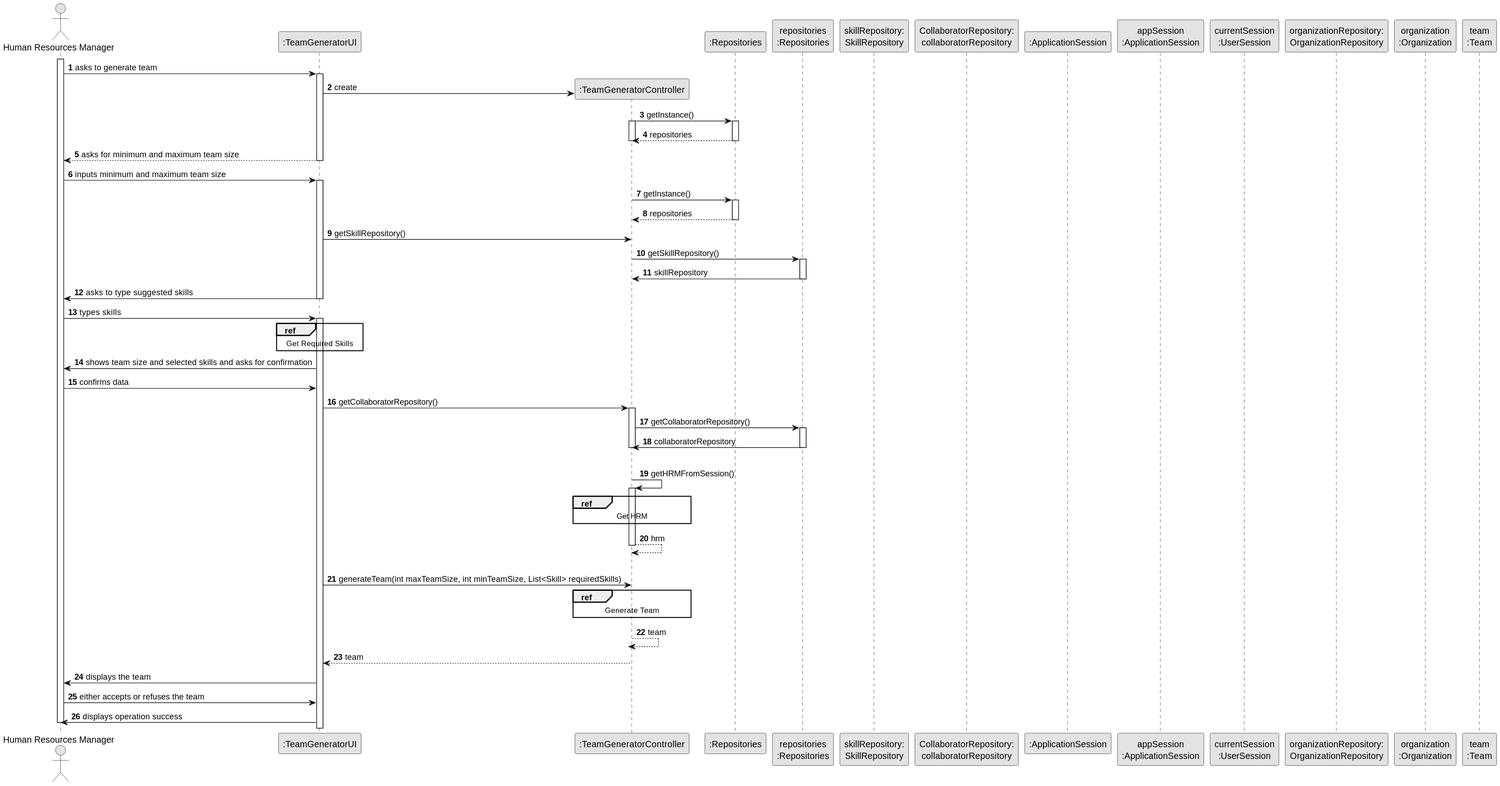
Before: docs/sprint3/us005/03.design/svg/us005-sequence-diagram-split.svg, a diagram exported from PlantUML (tiagosoa/lei-24-s2-1dgh-g073).
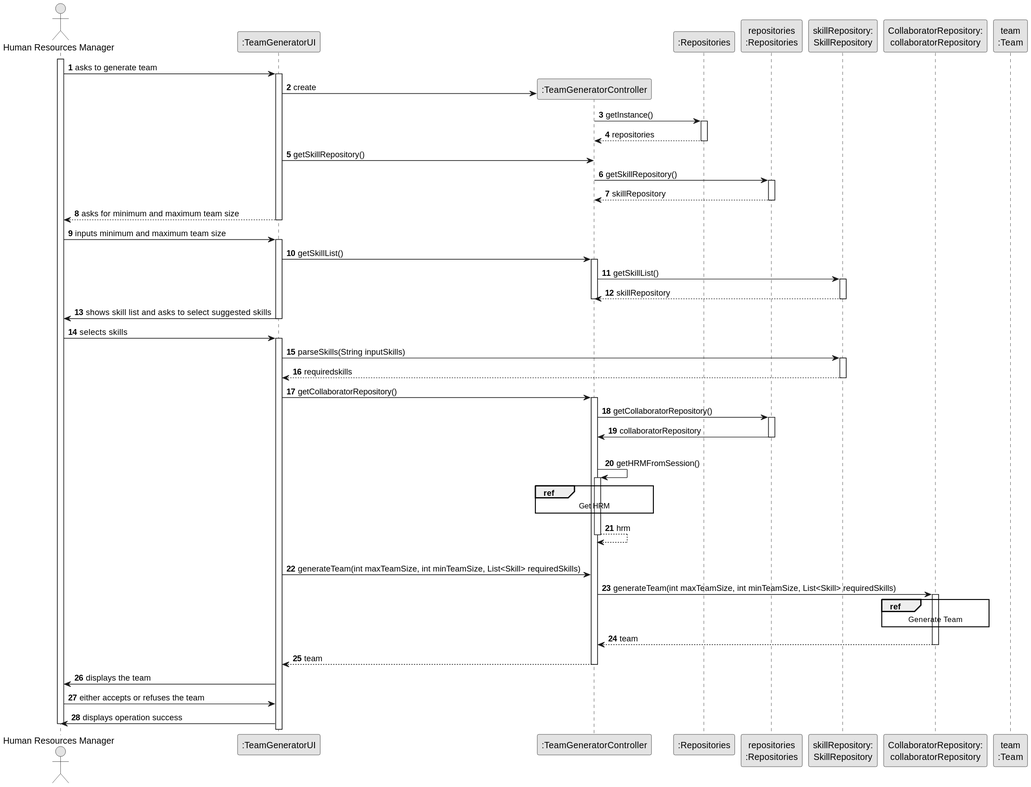
The same file after the commit.

Change to the diagram source:
```diff
@@ -12,11 +12,6 @@
 participant "repositories\n:Repositories" as PLAT
 participant "skillRepository:\nSkillRepository" as SR
 participant "CollaboratorRepository:\ncollaboratorRepository" as CR
-participant ":ApplicationSession" as _APP
-participant "appSession\n:ApplicationSession" as APP
-participant "currentSession\n:UserSession" as SESSAO
-participant "organizationRepository:\nOrganizationRepository" as OrganizationRepository
-participant "organization\n:Organization" as ORG
 participant "team\n:Team" as EQUIPA
 
 activate ADM
@@ -27,19 +22,6 @@
 
             UI -> CTRL** : create
 
-                CTRL -> RepositorySingleton : getInstance()
-                activate CTRL
-                activate RepositorySingleton
-
-                    RepositorySingleton --> CTRL: repositories
-                deactivate RepositorySingleton
-                deactivate CTRL
-
-            UI --> ADM : asks for minimum and maximum team size
-        deactivate UI
-
-    ADM -> UI : inputs minimum and maximum team size
-    activate UI
 
                         CTRL -> RepositorySingleton : getInstance()
                         activate RepositorySingleton
@@ -53,22 +35,37 @@
         CTRL -> PLAT : getSkillRepository()
                 activate PLAT
 
-            PLAT -> CTRL : skillRepository
+            PLAT --> CTRL : skillRepository
             deactivate PLAT
-    UI -> ADM : asks to type suggested skills
+
+            UI --> ADM : asks for minimum and maximum team size
+        deactivate UI
+
+    ADM -> UI : inputs minimum and maximum team size
+    activate UI
+
+    UI -> CTRL : getSkillList()
+    activate CTRL
+
+            CTRL -> SR : getSkillList()
+                    activate SR
+
+                SR --> CTRL : skillRepository
+                deactivate SR
+                deactivate CTRL
+
+
+
+    UI -> ADM : shows skill list and asks to select suggested skills
     deactivate UI
 
-    ADM -> UI : types skills
+    ADM -> UI : selects skills
     activate UI
 
-ref over UI
-Get Required Skills
-end
-
-    UI -> ADM : shows team size and selected skills and asks for confirmation
-
-    ADM -> UI : confirms data
-
+    UI -> SR : parseSkills(String inputSkills)
+    activate SR
+    SR --> UI : requiredskills
+    deactivate SR
 
 
 
@@ -81,7 +78,6 @@
 
             PLAT -> CTRL : collaboratorRepository
             deactivate PLAT
-            deactivate CTRL
 
 
 
@@ -89,22 +85,25 @@
             CTRL -> CTRL : getHRMFromSession()
             activate CTRL
 
-                ref over CTRL
-                Get HRM
-                end
+            ref over CTRL
+            Get HRM
+            end
+
 
                 CTRL --> CTRL : hrm
             deactivate CTRL
 
             |||
             UI -> CTRL: generateTeam(int maxTeamSize, int minTeamSize, List<Skill> requiredSkills)
+            CTRL -> CR: generateTeam(int maxTeamSize, int minTeamSize, List<Skill> requiredSkills)
+            activate CR
 
-
-                ref over CTRL
+                ref over CR
                 Generate Team
                 end
-            CTRL --> CTRL: team
-            deactivate CTRL
+
+            CR --> CTRL: team
+            deactivate CR
 
                         CTRL --> UI: team
                         deactivate CTRL
```
